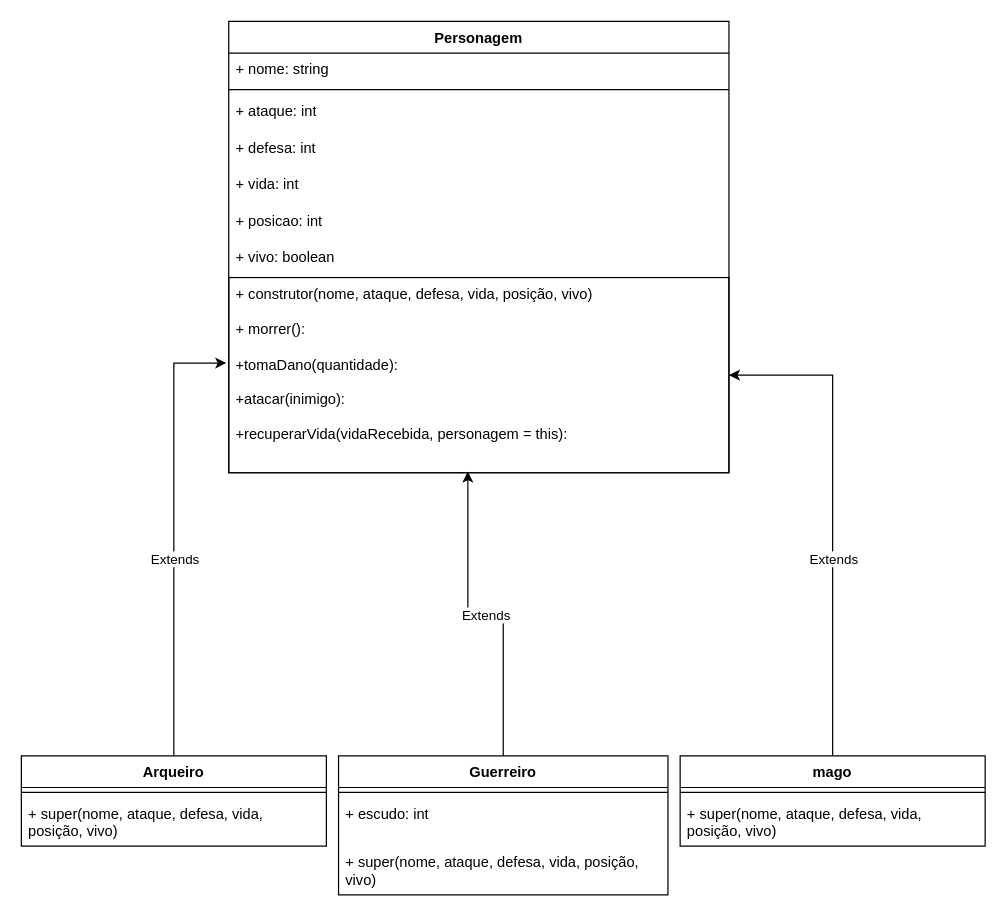
The draw.io diagram aulas/aula10/JogoRPG.drawio in walterhml/logica-de-progamacao, before the edit. Source tidied: cells renumbered, new cells numbered last; positions are measured from the earlier drawing's top-left corner, leaving out a move shared by most shapes. Both pictures are drawn from the tidied source at 122%, with x=0, y=0 at pixel (21, 21).
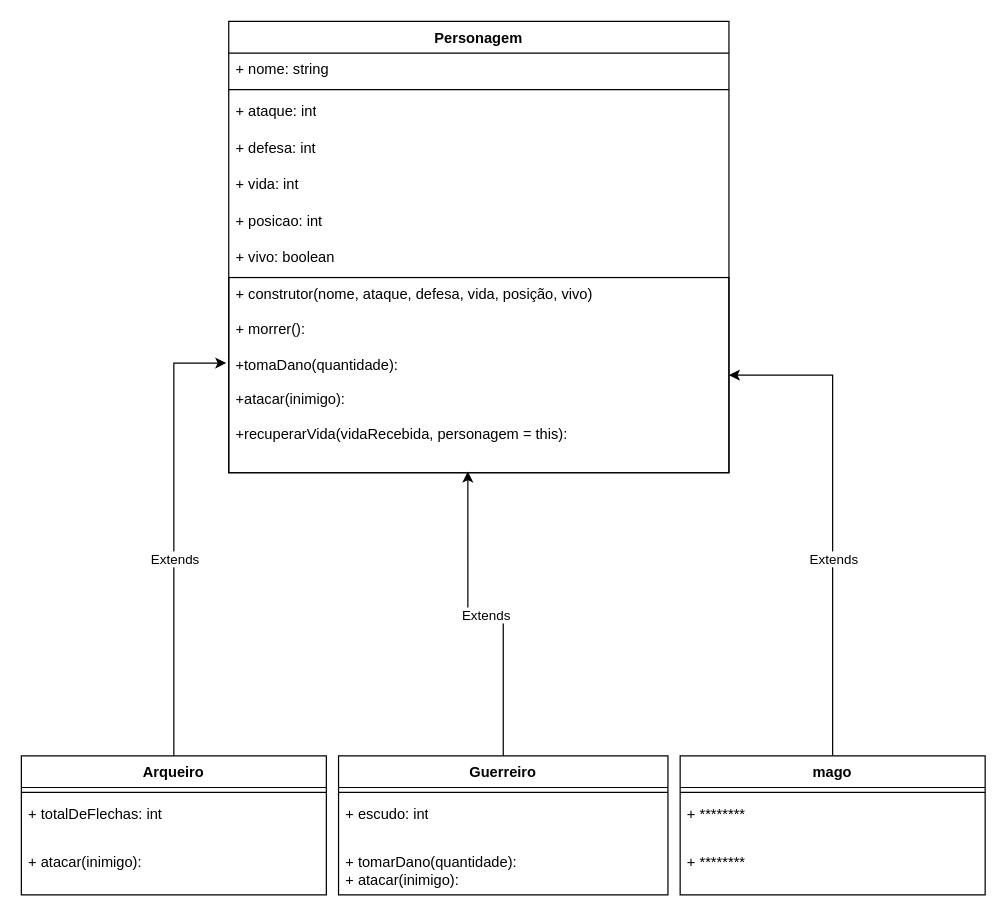
The same diagram, later.

Unchanged cells that the change refers to:
```xml
<mxCell id="14" value="Guerreiro" style="swimlane;fontStyle=1;align=center;verticalAlign=top;horizontal=1;startSize=26;whiteSpace=wrap;html=1;" parent="1" vertex="1">
  <mxGeometry x="260" y="602" width="270" height="114" as="geometry" />
</mxCell>
```

What changed in the source:
```diff
@@
     <mxCell id="11" value="Arqueiro" style="swimlane;fontStyle=1;align=center;verticalAlign=top;horizontal=1;startSize=26;whiteSpace=wrap;html=1;" parent="1" vertex="1">
-      <mxGeometry y="602" width="250" height="74" as="geometry" />
+      <mxGeometry y="602" width="250" height="114" as="geometry" />
     </mxCell>
@@
-    <mxCell id="13" value="+ super(nome, ataque, defesa, vida, posição, vivo)" style="text;strokeColor=none;fillColor=none;align=left;verticalAlign=top;spacingLeft=4;spacingRight=4;overflow=hidden;whiteSpace=wrap;html=1;" parent="11" vertex="1">
+    <mxCell id="13" value="+ totalDeFlechas: int" style="text;strokeColor=none;fillColor=none;align=left;verticalAlign=top;spacingLeft=4;spacingRight=4;overflow=hidden;whiteSpace=wrap;html=1;" parent="11" vertex="1">
       <mxGeometry y="34" width="250" height="40" as="geometry" />
     </mxCell>
+    <mxCell id="27" value="+ atacar(inimigo):" style="text;strokeColor=none;fillColor=none;align=left;verticalAlign=top;spacingLeft=4;spacingRight=4;overflow=hidden;whiteSpace=wrap;html=1;" parent="11" vertex="1">
+      <mxGeometry y="74" width="250" height="40" as="geometry" />
+    </mxCell>
@@
-    <mxCell id="17" value="+ super(nome, ataque, defesa, vida, posição, vivo)" style="text;strokeColor=none;fillColor=none;align=left;verticalAlign=top;spacingLeft=4;spacingRight=4;overflow=hidden;whiteSpace=wrap;html=1;" parent="14" vertex="1">
+    <mxCell id="17" value="+ tomarDano(quantidade):&lt;br&gt;+ atacar(inimigo):" style="text;strokeColor=none;fillColor=none;align=left;verticalAlign=top;spacingLeft=4;spacingRight=4;overflow=hidden;whiteSpace=wrap;html=1;" parent="14" vertex="1">
       <mxGeometry y="74" width="270" height="40" as="geometry" />
     </mxCell>
@@
     <mxCell id="20" value="mago" style="swimlane;fontStyle=1;align=center;verticalAlign=top;horizontal=1;startSize=26;whiteSpace=wrap;html=1;" parent="1" vertex="1">
-      <mxGeometry x="540" y="602" width="250" height="74" as="geometry" />
+      <mxGeometry x="540" y="602" width="250" height="114" as="geometry" />
     </mxCell>
@@
-    <mxCell id="22" value="+ super(nome, ataque, defesa, vida, posição, vivo)" style="text;strokeColor=none;fillColor=none;align=left;verticalAlign=top;spacingLeft=4;spacingRight=4;overflow=hidden;whiteSpace=wrap;html=1;" parent="20" vertex="1">
+    <mxCell id="22" value="+ ********" style="text;strokeColor=none;fillColor=none;align=left;verticalAlign=top;spacingLeft=4;spacingRight=4;overflow=hidden;whiteSpace=wrap;html=1;" parent="20" vertex="1">
       <mxGeometry y="34" width="250" height="40" as="geometry" />
     </mxCell>
+    <mxCell id="28" value="+ ********" style="text;strokeColor=none;fillColor=none;align=left;verticalAlign=top;spacingLeft=4;spacingRight=4;overflow=hidden;whiteSpace=wrap;html=1;" parent="20" vertex="1">
+      <mxGeometry y="74" width="250" height="40" as="geometry" />
+    </mxCell>
```
